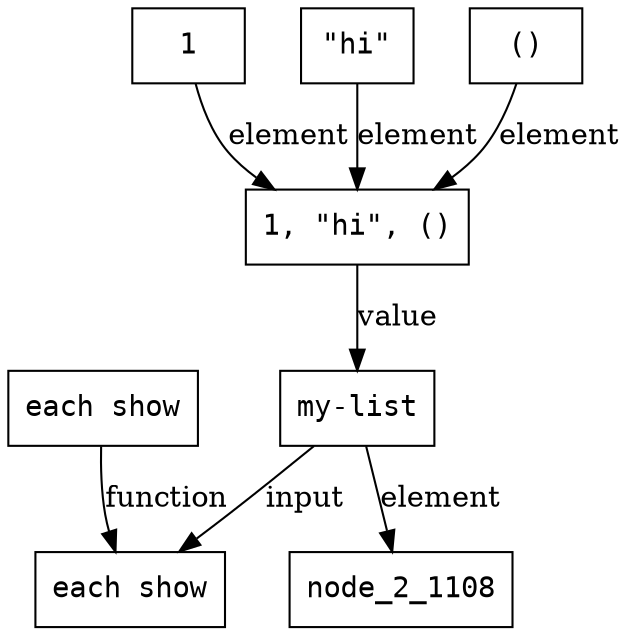
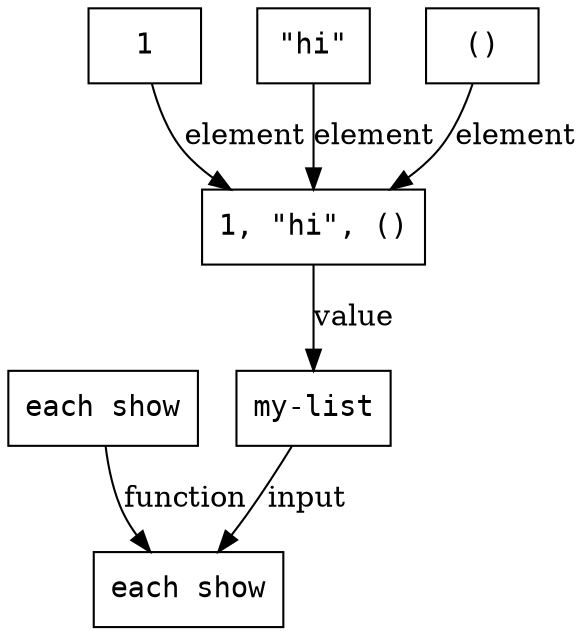
digraph G {
  node [shape=box, fontname=monospace]
  node_2_4 [label="1, \"hi\", ()"]
  node_2_6 [label="1"]
  node_2_7 [label="\"hi\""]
  node_2_8 [label="()"]
  node_2_26 [label="my-list"]
  node_2_28 [label="each show"]
  node_2_30 [label="each show"]
  node_2_4 -> node_2_26 [label="value"]
  node_2_6 -> node_2_4 [label="element"]
  node_2_7 -> node_2_4 [label="element"]
  node_2_8 -> node_2_4 [label="element"]
  node_2_26 -> node_2_28 [label="input"]
-   node_2_26 -> node_2_1108 [label="element"]
  node_2_30 -> node_2_28 [label="function"]
}
